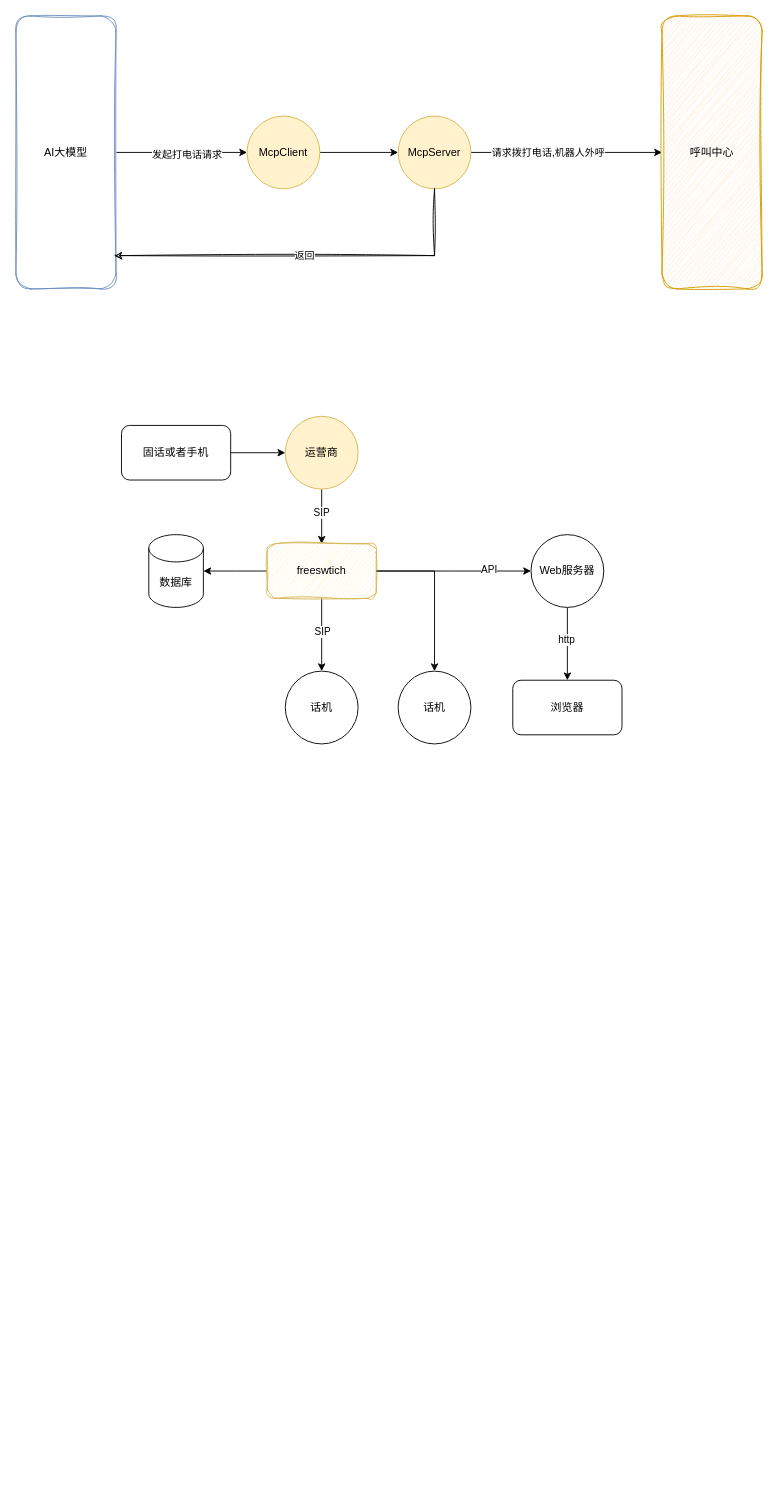
Before: page "第 7 页" (7 of 7) of GCroot.drawio in nayouzhenai/java_web, a draw.io diagram. Source tidied: cells renumbered, new cells numbered last; positions are measured from the earlier drawing's top-left corner, leaving out a move shared by most shapes. Both pictures are drawn from the tidied source at 91%, with x=0, y=0 at pixel (15, 15).
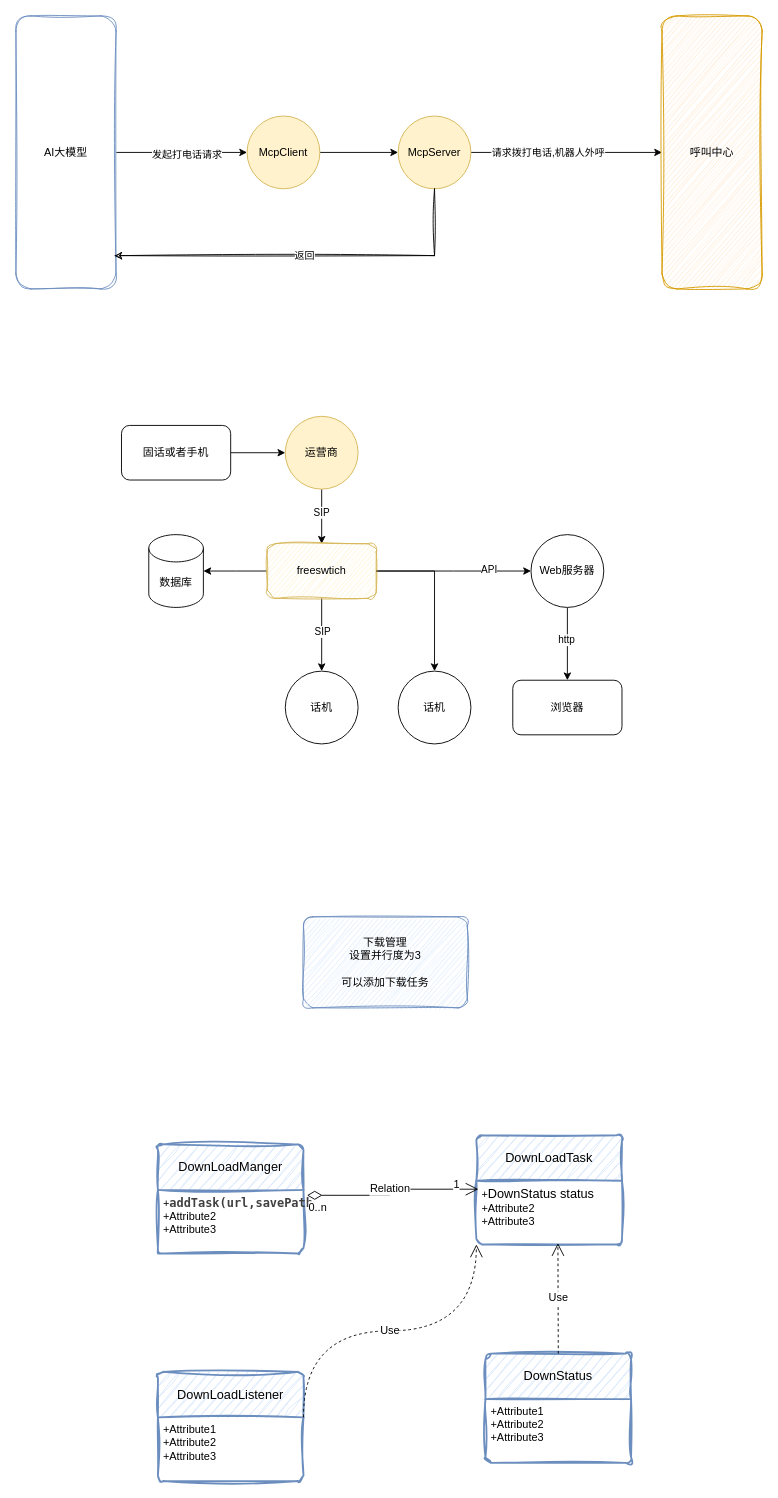
After the change.

Diff of the diagram source:
```diff
@@
+    <mxCell id="32" value="下载管理&lt;div&gt;设置并行度为3&lt;/div&gt;&lt;div&gt;&lt;br&gt;&lt;/div&gt;&lt;div&gt;可以添加下载任务&lt;/div&gt;" style="rounded=1;arcSize=10;whiteSpace=wrap;html=1;align=center;sketch=1;jiggle=2;curveFitting=1;strokeColor=#6c8ebf;verticalAlign=middle;fontFamily=Helvetica;fontSize=12;fontColor=default;fillColor=#dae8fc;" parent="1" vertex="1">
+      <mxGeometry x="316" y="990" width="180" height="100" as="geometry" />
+    </mxCell>
+    <mxCell id="33" value="DownLoadManger" style="swimlane;horizontal=1;startSize=50;rounded=1;fontSize=14;fontStyle=0;strokeWidth=2;shadow=0;dashed=0;align=center;arcSize=4;whiteSpace=wrap;html=1;sketch=1;jiggle=2;curveFitting=1;strokeColor=#6c8ebf;verticalAlign=middle;fontFamily=Helvetica;fontColor=default;fillColor=#dae8fc;" parent="1" vertex="1">
+      <mxGeometry x="156" y="1240" width="160" height="120" as="geometry" />
+    </mxCell>
+    <mxCell id="34" value="+&lt;span style=&quot;color: rgb(64, 64, 64); font-family: Menlo, &amp;quot;Roboto Mono&amp;quot;, &amp;quot;Courier New&amp;quot;, Courier, monospace, Inter, sans-serif; font-size: 13.125px; font-weight: 600;&quot;&gt;addTask(url,savePath&lt;/span&gt;&lt;br&gt;+Attribute2&lt;br&gt;+Attribute3" style="align=left;strokeColor=none;fillColor=none;spacingLeft=4;spacingRight=4;fontSize=12;verticalAlign=top;html=1;whiteSpace=wrap;rounded=0;sketch=1;jiggle=2;curveFitting=1;fontFamily=Helvetica;fontColor=default;" parent="33" vertex="1">
+      <mxGeometry y="50" width="160" height="70" as="geometry" />
+    </mxCell>
+    <mxCell id="35" value="DownLoadTask" style="swimlane;horizontal=1;startSize=50;rounded=1;fontSize=14;fontStyle=0;strokeWidth=2;shadow=0;dashed=0;align=center;arcSize=4;whiteSpace=wrap;html=1;sketch=1;jiggle=2;curveFitting=1;strokeColor=#6c8ebf;verticalAlign=middle;fontFamily=Helvetica;fontColor=default;fillColor=#dae8fc;" parent="1" vertex="1">
+      <mxGeometry x="506" y="1230" width="160" height="120" as="geometry" />
+    </mxCell>
+    <mxCell id="36" value="+&lt;span style=&quot;font-size: 14px; text-align: center;&quot;&gt;DownStatus status&lt;/span&gt;&lt;br&gt;+Attribute2&lt;br&gt;+Attribute3" style="align=left;strokeColor=none;fillColor=none;spacingLeft=4;spacingRight=4;fontSize=12;verticalAlign=top;html=1;whiteSpace=wrap;rounded=0;sketch=1;jiggle=2;curveFitting=1;fontFamily=Helvetica;fontColor=default;" parent="35" vertex="1">
+      <mxGeometry y="50" width="160" height="70" as="geometry" />
+    </mxCell>
+    <mxCell id="37" value="DownStatus" style="swimlane;horizontal=1;startSize=50;rounded=1;fontSize=14;fontStyle=0;strokeWidth=2;shadow=0;dashed=0;align=center;arcSize=4;whiteSpace=wrap;html=1;sketch=1;jiggle=2;curveFitting=1;strokeColor=#6c8ebf;verticalAlign=middle;fontFamily=Helvetica;fontColor=default;fillColor=#dae8fc;" parent="1" vertex="1">
+      <mxGeometry x="516" y="1470" width="160" height="120" as="geometry" />
+    </mxCell>
+    <mxCell id="38" value="+Attribute1&#10;+Attribute2&#10;+Attribute3" style="align=left;strokeColor=none;fillColor=none;spacingLeft=4;spacingRight=4;fontSize=12;verticalAlign=top;html=1;whiteSpace=wrap;rounded=0;sketch=1;jiggle=2;curveFitting=1;fontFamily=Helvetica;fontColor=default;" parent="37" vertex="1">
+      <mxGeometry y="50" width="160" height="70" as="geometry" />
+    </mxCell>
+    <mxCell id="39" value="DownLoadListener" style="swimlane;horizontal=1;startSize=50;rounded=1;fontSize=14;fontStyle=0;strokeWidth=2;shadow=0;dashed=0;align=center;arcSize=4;whiteSpace=wrap;html=1;sketch=1;jiggle=2;curveFitting=1;strokeColor=#6c8ebf;verticalAlign=middle;fontFamily=Helvetica;fontColor=default;fillColor=#dae8fc;" parent="1" vertex="1">
+      <mxGeometry x="156" y="1490" width="160" height="120" as="geometry" />
+    </mxCell>
+    <mxCell id="40" value="+Attribute1&#10;+Attribute2&#10;+Attribute3" style="align=left;strokeColor=none;fillColor=none;spacingLeft=4;spacingRight=4;fontSize=12;verticalAlign=top;html=1;whiteSpace=wrap;rounded=0;sketch=1;jiggle=2;curveFitting=1;fontFamily=Helvetica;fontColor=default;" parent="39" vertex="1">
+      <mxGeometry y="50" width="160" height="70" as="geometry" />
+    </mxCell>
+    <mxCell id="41" value="Relation" style="endArrow=open;html=1;endSize=12;startArrow=diamondThin;startSize=14;startFill=0;edgeStyle=orthogonalEdgeStyle;rounded=0;fontFamily=Helvetica;fontSize=12;fontColor=default;exitX=1.024;exitY=0.086;exitDx=0;exitDy=0;exitPerimeter=0;entryX=0.014;entryY=0.133;entryDx=0;entryDy=0;entryPerimeter=0;" parent="1" edge="1" source="34" target="36">
+      <mxGeometry relative="1" as="geometry" />
+    </mxCell>
+    <mxCell id="42" value="0..n" style="edgeLabel;html=1;align=left;verticalAlign=top;rounded=0;sketch=1;jiggle=2;curveFitting=1;strokeColor=#6c8ebf;fontFamily=Helvetica;fontSize=12;fontColor=default;fillColor=#dae8fc;" parent="41" vertex="1">
+      <mxGeometry x="-1" relative="1" as="geometry" />
+    </mxCell>
+    <mxCell id="43" value="1" style="edgeLabel;html=1;align=right;verticalAlign=top;rounded=0;sketch=1;jiggle=2;curveFitting=1;strokeColor=#6c8ebf;fontFamily=Helvetica;fontSize=12;fontColor=default;fillColor=#dae8fc;" parent="41" vertex="1">
+      <mxGeometry x="1" relative="1" as="geometry">
+        <mxPoint x="-20" y="-19" as="offset" />
+      </mxGeometry>
+    </mxCell>
+    <mxCell id="44" value="Use" style="endArrow=open;endSize=12;dashed=1;html=1;rounded=0;fontFamily=Helvetica;fontSize=12;fontColor=default;entryX=0.56;entryY=0.979;entryDx=0;entryDy=0;entryPerimeter=0;exitX=0.5;exitY=0;exitDx=0;exitDy=0;" parent="1" edge="1" source="37" target="36">
+      <mxGeometry relative="1" as="geometry" />
+    </mxCell>
+    <mxCell id="45" value="Use" style="endArrow=open;endSize=12;dashed=1;html=1;rounded=0;fontFamily=Helvetica;fontSize=12;fontColor=default;entryX=0;entryY=1;entryDx=0;entryDy=0;exitX=1;exitY=0;exitDx=0;exitDy=0;edgeStyle=orthogonalEdgeStyle;curved=1;" parent="1" edge="1" source="40" target="36">
+      <mxGeometry relative="1" as="geometry" />
+    </mxCell>
```
